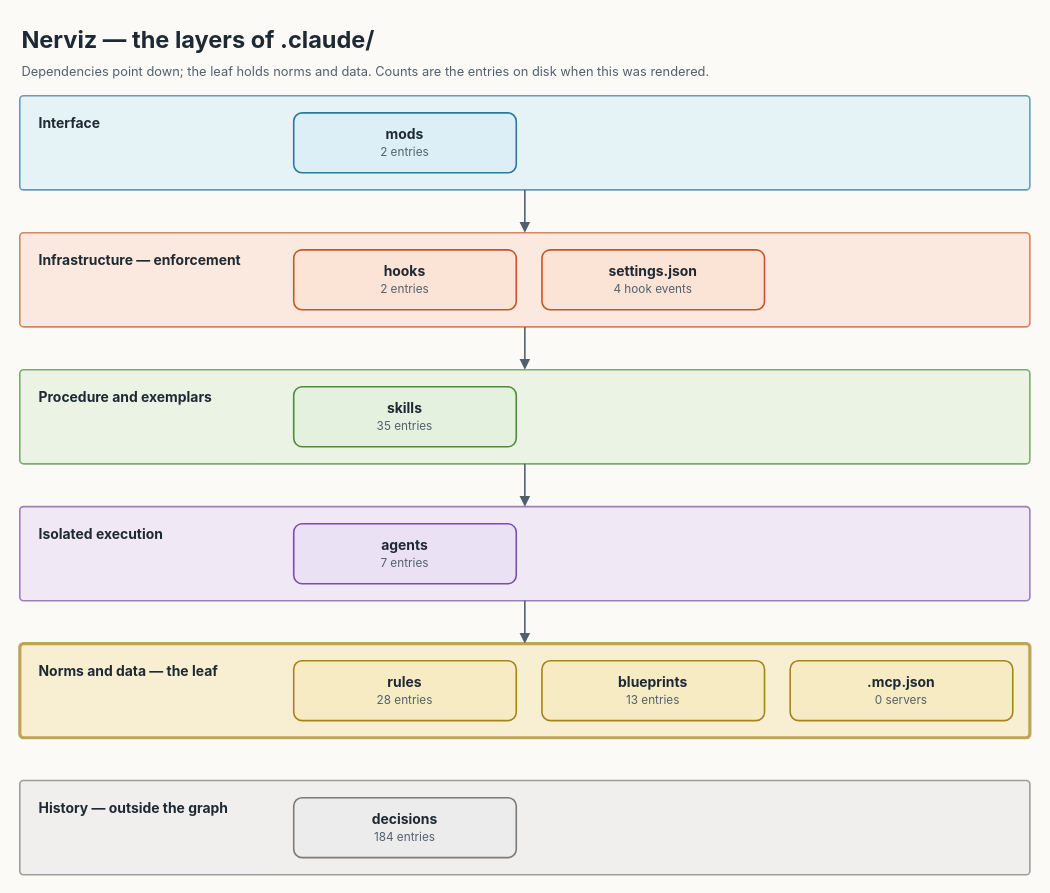
nerviz-ai/nerviz keeps this draw.io diagram as docs/diagrams/layers/layers.drawio. Above is the earlier version. Source tidied: cells renumbered, new cells numbered last; positions are measured from the earlier drawing's top-left corner, leaving out a move shared by most shapes. Both pictures are drawn from the tidied source at 107%, with x=0, y=0 at pixel (19, 18).
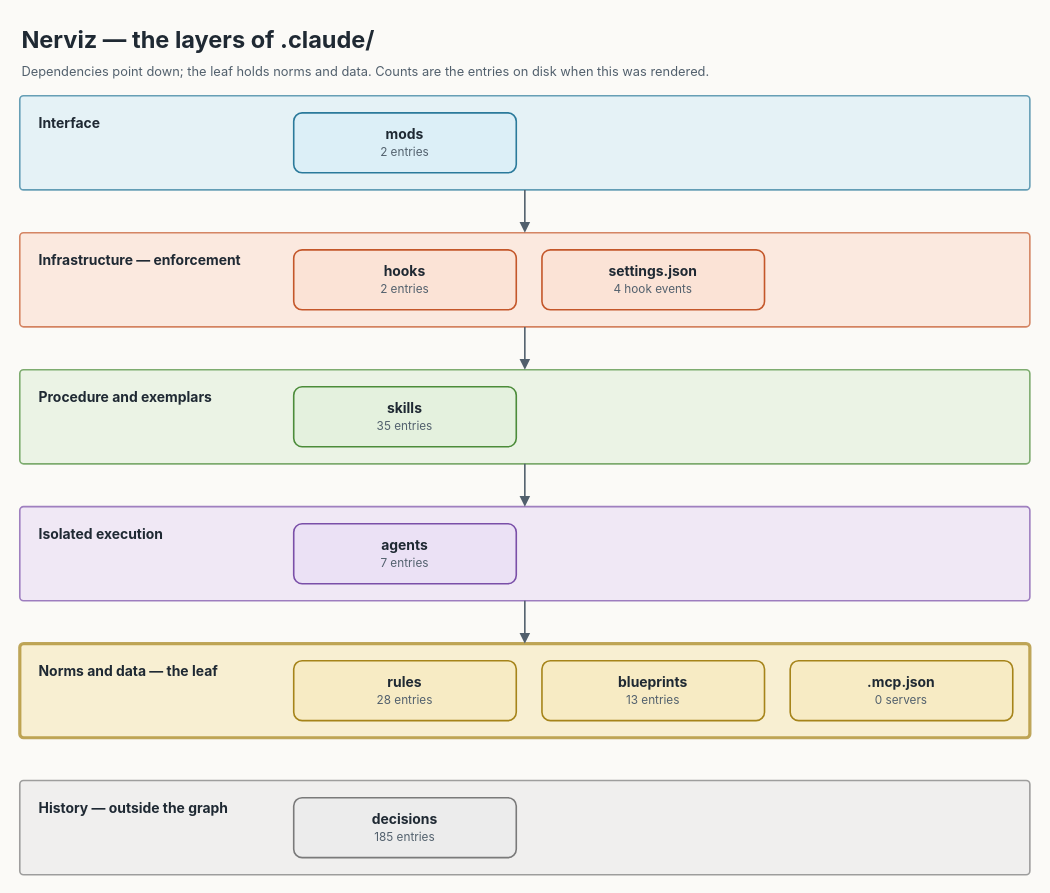
After the change.

What changed in the source:
```diff
@@
-    <mxCell id="17" value="&lt;b&gt;decisions&lt;/b&gt;&lt;br/&gt;&lt;font style=&quot;font-size:11px&quot; color=&quot;#52606D&quot;&gt;184 entries&lt;/font&gt;" style="rounded=1;arcSize=14;html=1;whiteSpace=wrap;fontSize=13;fontFamily=Inter;fontColor=#1F2933;fillColor=#ECECEC;strokeColor=#7A7A7A;strokeWidth=1.5;" parent="1" vertex="1">
+    <mxCell id="17" value="&lt;b&gt;decisions&lt;/b&gt;&lt;br/&gt;&lt;font style=&quot;font-size:11px&quot; color=&quot;#52606D&quot;&gt;185 entries&lt;/font&gt;" style="rounded=1;arcSize=14;html=1;whiteSpace=wrap;fontSize=13;fontFamily=Inter;fontColor=#1F2933;fillColor=#ECECEC;strokeColor=#7A7A7A;strokeWidth=1.5;" parent="1" vertex="1">
       <mxGeometry x="256" y="728" width="208" height="56" as="geometry" />
     </mxCell>
```
